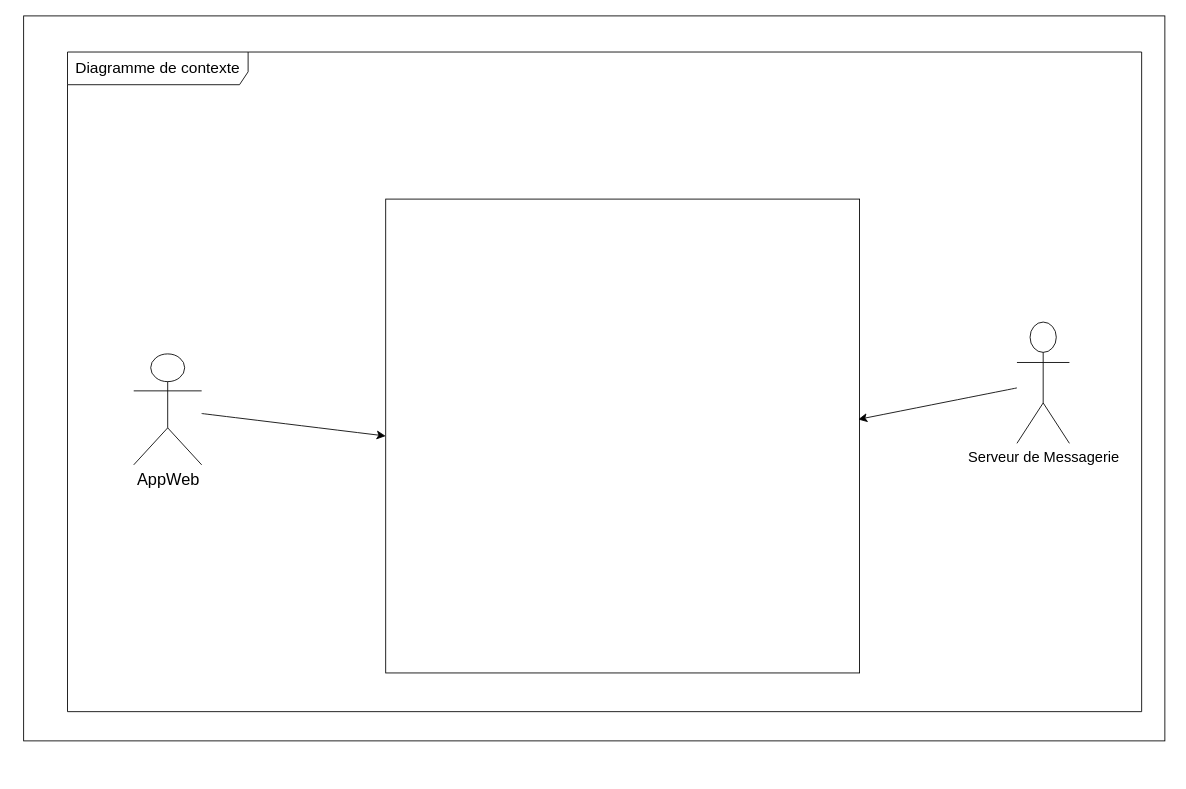
CabrelFeukeng/pp keeps this draw.io diagram as context.drawio. Above is the earlier version. Source tidied: cells renumbered, new cells numbered last; positions are measured from the earlier drawing's top-left corner, leaving out a move shared by most shapes. Both pictures are drawn from the tidied source at 86%, with x=0, y=0 at pixel (23, 15).
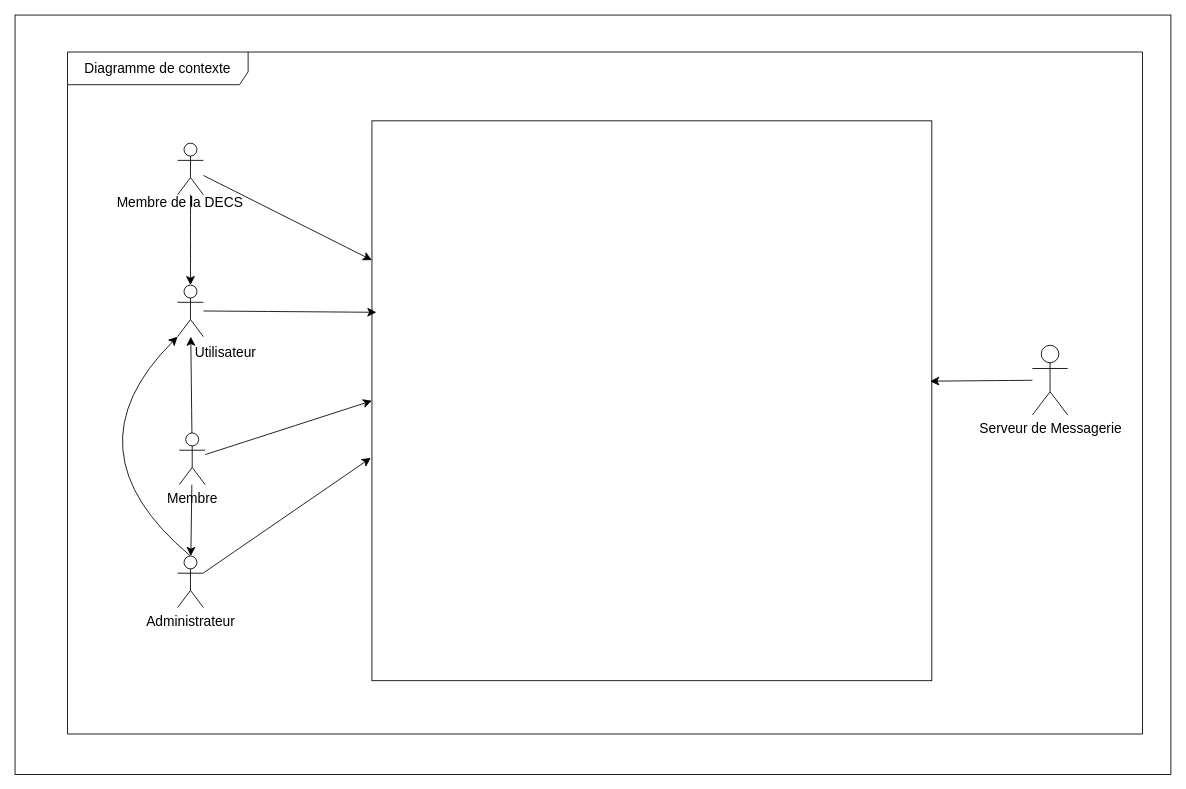
After the change.

Commit message:
Mettre à jour context.drawio

Change to the diagram source:
```diff
@@
-    <mxCell id="2" style="rounded=0;whiteSpace=wrap;html=1;" parent="1" vertex="1">
-      <mxGeometry width="1327" height="843" as="geometry" />
-    </mxCell>
+    <mxCell id="9" style="rounded=0;whiteSpace=wrap;html=1;" parent="1" vertex="1">
+      <mxGeometry x="-10" y="-1" width="1344" height="883" as="geometry" />
+    </mxCell>
+    <mxCell id="10" style="whiteSpace=wrap;html=1;" parent="1" vertex="1">
+      <mxGeometry x="405" y="122" width="651" height="651" as="geometry" />
+    </mxCell>
+    <mxCell id="11" style="edgeStyle=none;curved=1;rounded=0;jettySize=auto;html=1;fontSize=12;startSize=8;endSize=8;" parent="1" edge="1" source="14" target="15">
+      <mxGeometry relative="1" as="geometry" />
+    </mxCell>
+    <mxCell id="12" style="edgeStyle=none;curved=1;rounded=0;jettySize=auto;html=1;fontSize=12;startSize=8;endSize=8;" parent="1" edge="1" source="14" target="17">
+      <mxGeometry relative="1" as="geometry" />
+    </mxCell>
+    <mxCell id="13" style="edgeStyle=none;curved=1;rounded=0;jettySize=auto;html=1;entryX=0;entryY=0.5;entryDx=0;entryDy=0;fontSize=12;startSize=8;endSize=8;" parent="1" edge="1" source="14" target="10">
+      <mxGeometry relative="1" as="geometry" />
+    </mxCell>
+    <mxCell id="14" value="&lt;font style=&quot;font-size: 16px;&quot;&gt;Membre&lt;/font&gt;" style="shape=umlActor;verticalLabelPosition=bottom;verticalAlign=top;html=1;outlineConnect=0;" parent="1" vertex="1">
+      <mxGeometry x="181" y="485" width="30" height="60" as="geometry" />
+    </mxCell>
+    <mxCell id="15" style="shape=umlActor;verticalLabelPosition=bottom;verticalAlign=top;html=1;outlineConnect=0;" parent="1" vertex="1">
+      <mxGeometry x="179" y="313" width="30" height="60" as="geometry" />
+    </mxCell>
+    <mxCell id="16" style="edgeStyle=none;curved=1;rounded=0;jettySize=auto;html=1;fontSize=12;startSize=8;endSize=8;exitX=0.5;exitY=0;exitDx=0;exitDy=0;exitPerimeter=0;entryX=0;entryY=1;entryDx=0;entryDy=0;entryPerimeter=0;" parent="1" edge="1" source="17" target="15">
+      <mxGeometry relative="1" as="geometry">
+        <Array as="points">
+          <mxPoint x="47" y="505" />
+        </Array>
+      </mxGeometry>
+    </mxCell>
+    <mxCell id="17" value="&lt;font style=&quot;font-size: 16px;&quot;&gt;Administrateur&lt;/font&gt;" style="shape=umlActor;verticalLabelPosition=bottom;verticalAlign=top;html=1;outlineConnect=0;" parent="1" vertex="1">
+      <mxGeometry x="179" y="628" width="30" height="60" as="geometry" />
+    </mxCell>
+    <mxCell id="18" style="edgeStyle=none;curved=1;rounded=0;jettySize=auto;html=1;fontSize=12;startSize=8;endSize=8;" parent="1" edge="1" source="19" target="10">
+      <mxGeometry relative="1" as="geometry" />
+    </mxCell>
+    <mxCell id="19" style="shape=umlActor;verticalLabelPosition=bottom;verticalAlign=top;html=1;outlineConnect=0;" parent="1" vertex="1">
+      <mxGeometry x="179" y="148" width="30" height="60" as="geometry" />
+    </mxCell>
+    <mxCell id="20" style="edgeStyle=none;curved=1;rounded=0;jettySize=auto;html=1;entryX=0.5;entryY=0;entryDx=0;entryDy=0;entryPerimeter=0;fontSize=12;startSize=8;endSize=8;" parent="1" edge="1" source="19" target="15">
+      <mxGeometry relative="1" as="geometry" />
+    </mxCell>
+    <mxCell id="21" value="Utilisateur" style="text;html=1;align=center;verticalAlign=middle;whiteSpace=wrap;rounded=0;fontSize=16;" parent="1" vertex="1">
+      <mxGeometry x="205" y="376" width="60" height="30" as="geometry" />
+    </mxCell>
+    <mxCell id="22" style="edgeStyle=none;curved=1;rounded=0;jettySize=auto;html=1;entryX=0.008;entryY=0.342;entryDx=0;entryDy=0;entryPerimeter=0;fontSize=12;startSize=8;endSize=8;" parent="1" edge="1" source="15" target="10">
+      <mxGeometry relative="1" as="geometry" />
+    </mxCell>
+    <mxCell id="23" style="edgeStyle=none;curved=1;rounded=0;jettySize=auto;html=1;entryX=-0.002;entryY=0.602;entryDx=0;entryDy=0;entryPerimeter=0;fontSize=12;startSize=8;endSize=8;" parent="1" edge="1" source="17" target="10">
+      <mxGeometry relative="1" as="geometry" />
+    </mxCell>
+    <mxCell id="5" value="&lt;font style=&quot;font-size: 16px;&quot;&gt;Serveur de Messagerie&lt;/font&gt;" style="shape=umlActor;verticalLabelPosition=bottom;verticalAlign=top;html=1;" parent="1" vertex="1">
+      <mxGeometry x="1173" y="383" width="41" height="81" as="geometry" />
+    </mxCell>
+    <mxCell id="24" style="edgeStyle=none;curved=1;rounded=0;jettySize=auto;html=1;entryX=0.997;entryY=0.465;entryDx=0;entryDy=0;entryPerimeter=0;fontSize=12;startSize=8;endSize=8;" parent="1" edge="1" source="5" target="10">
+      <mxGeometry relative="1" as="geometry" />
+    </mxCell>
-    <mxCell id="3" value="&lt;font style=&quot;font-size: 18px;&quot;&gt;Diagramme de contexte&lt;/font&gt;" style="shape=umlFrame;whiteSpace=wrap;html=1;width=210;height=38;" parent="1" vertex="1">
-      <mxGeometry x="51" y="42" width="1249" height="767" as="geometry" />
+    <mxCell id="3" value="&lt;font style=&quot;font-size: 16px;&quot;&gt;Diagramme de contexte&lt;/font&gt;" style="shape=umlFrame;whiteSpace=wrap;html=1;width=210;height=38;" parent="1" vertex="1">
+      <mxGeometry x="51" y="42" width="1250" height="793" as="geometry" />
     </mxCell>
-    <mxCell id="4" value="&lt;font style=&quot;font-size: 19px;&quot;&gt;AppWeb&lt;/font&gt;" style="shape=umlActor;verticalLabelPosition=bottom;verticalAlign=top;html=1;outlineConnect=0;" parent="3" vertex="1">
-      <mxGeometry x="77" y="351" width="79" height="129" as="geometry" />
-    </mxCell>
-    <mxCell id="5" value="&lt;font style=&quot;font-size: 17px;&quot;&gt;Serveur de Messagerie&lt;/font&gt;" style="shape=umlActor;verticalLabelPosition=bottom;verticalAlign=top;html=1;" parent="3" vertex="1">
-      <mxGeometry x="1104" y="314" width="61" height="141" as="geometry" />
-    </mxCell>
-    <mxCell id="6" style="whiteSpace=wrap;html=1;" parent="3" vertex="1">
-      <mxGeometry x="370" y="171" width="551" height="551" as="geometry" />
-    </mxCell>
-    <mxCell id="7" style="edgeStyle=none;curved=1;rounded=0;jettySize=auto;html=1;entryX=0;entryY=0.5;entryDx=0;entryDy=0;fontSize=12;startSize=8;endSize=8;" parent="3" edge="1" source="4" target="6">
-      <mxGeometry relative="1" as="geometry" />
-    </mxCell>
-    <mxCell id="8" style="edgeStyle=none;curved=1;rounded=0;jettySize=auto;html=1;entryX=0.997;entryY=0.465;entryDx=0;entryDy=0;entryPerimeter=0;fontSize=12;startSize=8;endSize=8;" parent="3" edge="1" source="5" target="6">
-      <mxGeometry relative="1" as="geometry" />
-    </mxCell>
+    <mxCell id="25" value="Membre de la DECS" style="text;html=1;align=center;verticalAlign=middle;whiteSpace=wrap;rounded=0;fontSize=16;" parent="3" vertex="1">
+      <mxGeometry x="51" y="160" width="160" height="30" as="geometry" />
+    </mxCell>
```
